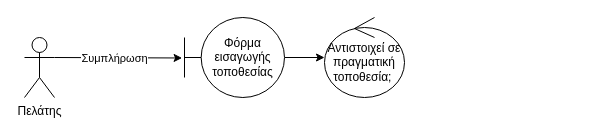
This is Part_2/Robustness/diagrams/12_Εισαγωγή_Τοποθεσίας.drawio from Nikolis2002/texnoligia_logismikou, a draw.io file, before an edit. Source tidied: cells renumbered, new cells numbered last; positions are measured from the earlier drawing's top-left corner, leaving out a move shared by most shapes. Both pictures are drawn from the tidied source at 100%, with x=0, y=0 at pixel (24, 17).
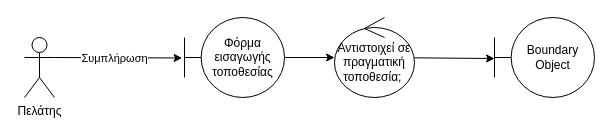
The same page after the edit.

Change to the diagram source:
```diff
@@
 <mxGraphModel>
   <root>
     <mxCell id="0" />
     <mxCell id="1" parent="0" />
     <mxCell id="2" style="edgeStyle=none;html=1;exitX=1;exitY=0.3333333333333333;exitDx=0;exitDy=0;exitPerimeter=0;entryX=-0.024;entryY=0.506;entryDx=0;entryDy=0;entryPerimeter=0;" parent="1" edge="1" source="4" target="6">
       <mxGeometry relative="1" as="geometry" />
     </mxCell>
     <mxCell id="3" value="Συμπλήρωση" style="edgeLabel;html=1;align=center;verticalAlign=middle;" parent="2" vertex="1">
       <mxGeometry x="-0.26" y="-1" relative="1" as="geometry">
         <mxPoint x="13" y="-1" as="offset" />
       </mxGeometry>
     </mxCell>
     <mxCell id="4" value="Πελάτης" style="shape=umlActor;verticalLabelPosition=bottom;verticalAlign=top;html=1;" parent="1" vertex="1">
       <mxGeometry y="20" width="30" height="60" as="geometry" />
     </mxCell>
     <mxCell id="5" style="edgeStyle=none;html=1;" parent="1" edge="1" source="6" target="7">
       <mxGeometry relative="1" as="geometry" />
     </mxCell>
     <mxCell id="6" value="Φόρμα εισαγωγής τοποθεσίας" style="shape=umlBoundary;whiteSpace=wrap;html=1;" parent="1" vertex="1">
       <mxGeometry x="160" width="100" height="80" as="geometry" />
     </mxCell>
+    <mxCell id="8" style="edgeStyle=none;html=1;entryX=0;entryY=0.513;entryDx=0;entryDy=0;entryPerimeter=0;" parent="1" edge="1" source="7" target="9">
+      <mxGeometry relative="1" as="geometry" />
+    </mxCell>
     <mxCell id="7" value="Αντιστοιχεί σε πραγματική τοποθεσία;&amp;nbsp;" style="ellipse;shape=umlControl;whiteSpace=wrap;html=1;" parent="1" vertex="1">
-      <mxGeometry x="300" width="80" height="80" as="geometry" />
+      <mxGeometry x="310" width="80" height="80" as="geometry" />
     </mxCell>
+    <mxCell id="9" value="Boundary Object" style="shape=umlBoundary;whiteSpace=wrap;html=1;" parent="1" vertex="1">
+      <mxGeometry x="470" width="100" height="80" as="geometry" />
+    </mxCell>
   </root>
 </mxGraphModel>
```
